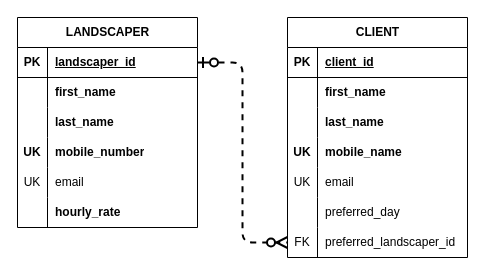
Earlier version of the draw.io diagram page "P0201c" (3 of 3) of relational-database-design/chapter2/P0201.drawio (qichendev/assignments). Source tidied: cells renumbered, new cells numbered last; positions are measured from the earlier drawing's top-left corner, leaving out a move shared by most shapes. Both pictures are drawn from the tidied source at 100%, with x=0, y=0 at pixel (17, 17).
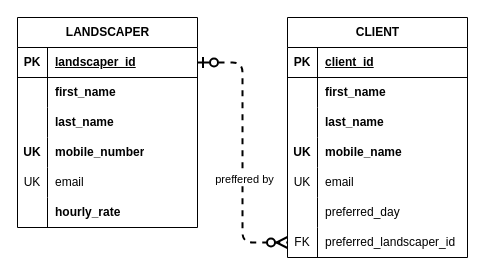
Above is the later version.

Unchanged cells that the change refers to:
```xml
<mxCell id="43" style="edgeStyle=elbowEdgeStyle;fontSize=12;html=1;endArrow=ERzeroToMany;startArrow=ERzeroToOne;rounded=1;endSize=8;startSize=8;strokeWidth=2;dashed=1;jumpStyle=none;curved=0;entryX=0;entryY=0.5;entryDx=0;entryDy=0;exitX=1;exitY=0.5;exitDx=0;exitDy=0;startFill=0;" parent="1" edge="1" source="3" target="40">
  <mxGeometry relative="1" as="geometry" />
</mxCell>
```

What changed in the source:
```diff
@@
+    <mxCell id="44" value="preffered by" style="edgeLabel;html=1;align=center;verticalAlign=middle;" parent="43" vertex="1">
+      <mxGeometry x="0.19" y="1" relative="1" as="geometry" />
+    </mxCell>
```
